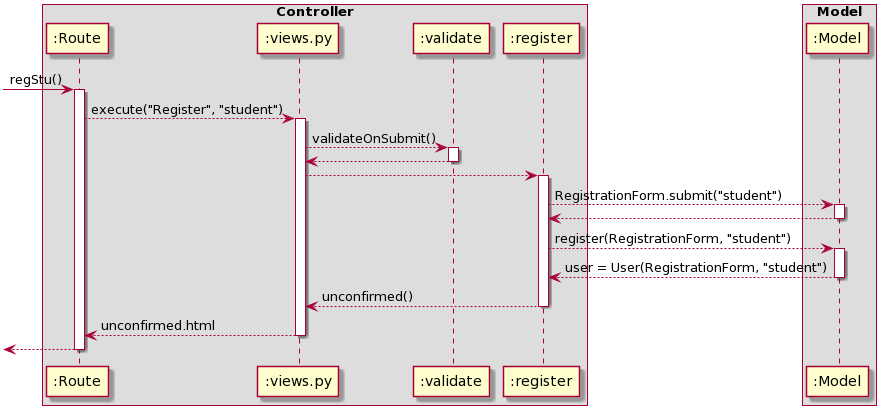
Before: docs/diagrams/ControllerSequence.png, a diagram exported from PlantUML (Orbital-Knewbie/Knewbie).
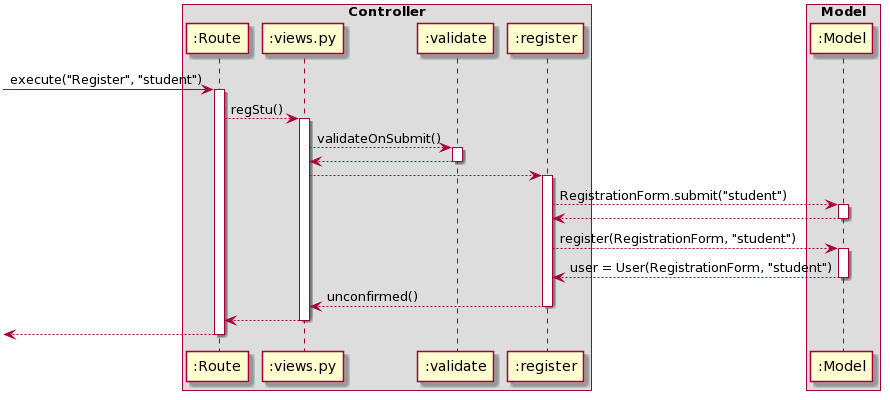
Above is the later version.

Diff of the diagram source:
```diff
@@ -10,10 +10,10 @@
 participant ":Model" as Model
 end box
 
-[-> Route : regStu()
+[-> Route : execute("Register", "student")
 activate Route
 
-Route --> views : execute("Register", "student")
+Route --> views : regStu()
 activate views
 
 views --> validate : validateOnSubmit()
@@ -40,7 +40,7 @@
 register --> views : unconfirmed()
 deactivate register
 
-views --> Route : unconfirmed.html
+views --> Route
 deactivate views
 
 [<-- Route
```
